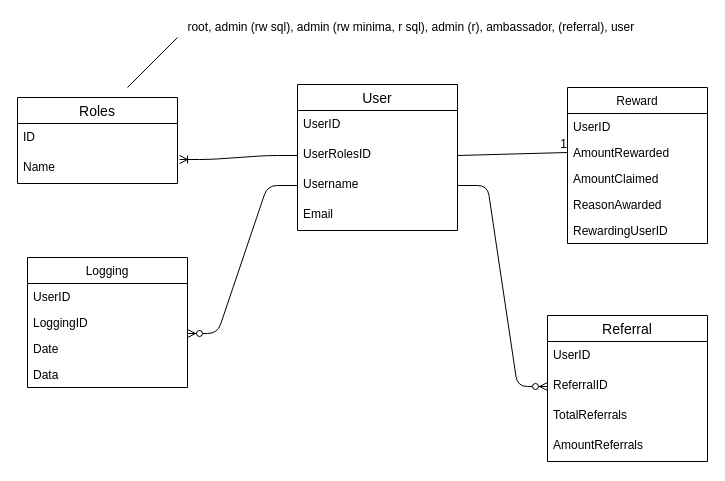
Before: docs/images/dbase.drawio in minima-global/incentivecash, a draw.io diagram. Source tidied: cells renumbered, new cells numbered last; positions are measured from the earlier drawing's top-left corner, leaving out a move shared by most shapes. Both pictures are drawn from the tidied source at 100%, with x=0, y=0 at pixel (17, 17).
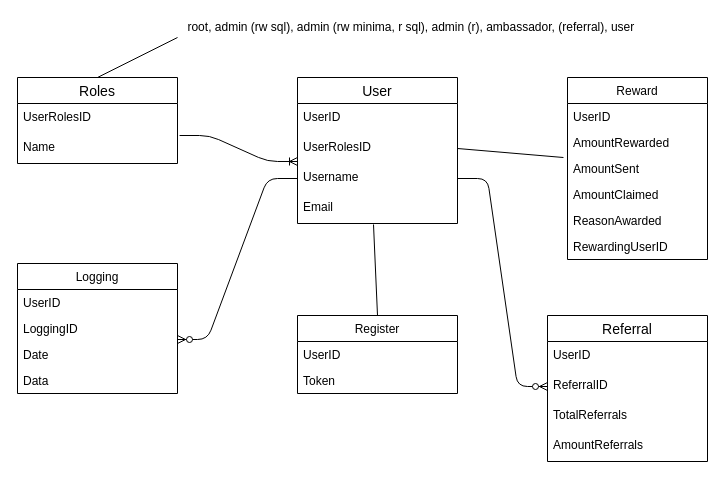
After the change.

Commit message (it also covers changes not shown here):
Updated database schema

The change refers to these unchanged cells:
```xml
<mxCell id="4" value="UserRolesID" style="text;strokeColor=none;fillColor=none;spacingLeft=4;spacingRight=4;overflow=hidden;points=[[0,0.5],[1,0.5]];portConstraint=eastwest;fontSize=12;" parent="2" vertex="1">
  <mxGeometry y="56" width="160" height="30" as="geometry" />
</mxCell>
<mxCell id="6" value="Email" style="text;strokeColor=none;fillColor=none;spacingLeft=4;spacingRight=4;overflow=hidden;points=[[0,0.5],[1,0.5]];portConstraint=eastwest;fontSize=12;" parent="2" vertex="1">
  <mxGeometry y="116" width="160" height="30" as="geometry" />
</mxCell>
<mxCell id="9" value="Name" style="text;strokeColor=none;fillColor=none;spacingLeft=4;spacingRight=4;overflow=hidden;points=[[0,0.5],[1,0.5]];portConstraint=eastwest;fontSize=12;" parent="7" vertex="1">
  <mxGeometry y="56" width="160" height="30" as="geometry" />
</mxCell>
<mxCell id="12" value="AmountRewarded" style="text;strokeColor=none;fillColor=none;align=left;verticalAlign=top;spacingLeft=4;spacingRight=4;overflow=hidden;points=[[0,0.5],[1,0.5]];portConstraint=eastwest;" parent="10" vertex="1">
  <mxGeometry y="52" width="140" height="26" as="geometry" />
</mxCell>
```

Diff of the diagram source:
```diff
@@
     <mxCell id="2" value="User" style="swimlane;fontStyle=0;horizontal=1;startSize=26;align=center;fontSize=14;" parent="1" vertex="1">
-      <mxGeometry x="280" y="67" width="160" height="146" as="geometry" />
+      <mxGeometry x="280" y="60" width="160" height="146" as="geometry" />
     </mxCell>
@@
     <mxCell id="7" value="Roles" style="swimlane;fontStyle=0;horizontal=1;startSize=26;align=center;fontSize=14;" parent="1" vertex="1">
-      <mxGeometry y="80" width="160" height="86" as="geometry" />
+      <mxGeometry y="60" width="160" height="86" as="geometry" />
     </mxCell>
-    <mxCell id="8" value="ID" style="text;strokeColor=none;fillColor=none;spacingLeft=4;spacingRight=4;overflow=hidden;fontSize=12;" parent="7" vertex="1">
+    <mxCell id="8" value="UserRolesID" style="text;strokeColor=none;fillColor=none;spacingLeft=4;spacingRight=4;overflow=hidden;fontSize=12;" parent="7" vertex="1">
       <mxGeometry y="26" width="160" height="30" as="geometry" />
     </mxCell>
@@
     <mxCell id="10" value="Reward" style="swimlane;fontStyle=0;horizontal=1;startSize=26;fillColor=none;" parent="1" vertex="1">
-      <mxGeometry x="550" y="70" width="140" height="156" as="geometry" />
+      <mxGeometry x="550" y="60" width="140" height="182" as="geometry" />
     </mxCell>
@@
+    <mxCell id="33" value="AmountSent" style="text;strokeColor=none;fillColor=none;align=left;verticalAlign=top;spacingLeft=4;spacingRight=4;overflow=hidden;points=[[0,0.5],[1,0.5]];portConstraint=eastwest;" parent="10" vertex="1">
+      <mxGeometry y="78" width="140" height="26" as="geometry" />
+    </mxCell>
     <mxCell id="13" value="AmountClaimed&#10;" style="text;strokeColor=none;fillColor=none;align=left;verticalAlign=top;spacingLeft=4;spacingRight=4;overflow=hidden;" parent="10" vertex="1">
-      <mxGeometry y="78" width="140" height="26" as="geometry" />
+      <mxGeometry y="104" width="140" height="26" as="geometry" />
     </mxCell>
     <mxCell id="14" value="ReasonAwarded" style="text;strokeColor=none;fillColor=none;align=left;verticalAlign=top;spacingLeft=4;spacingRight=4;overflow=hidden;" parent="10" vertex="1">
-      <mxGeometry y="104" width="140" height="26" as="geometry" />
+      <mxGeometry y="130" width="140" height="26" as="geometry" />
     </mxCell>
     <mxCell id="15" value="RewardingUserID" style="text;strokeColor=none;fillColor=none;align=left;verticalAlign=top;spacingLeft=4;spacingRight=4;overflow=hidden;" parent="10" vertex="1">
-      <mxGeometry y="130" width="140" height="26" as="geometry" />
+      <mxGeometry y="156" width="140" height="26" as="geometry" />
     </mxCell>
     <mxCell id="16" value="Logging" style="swimlane;fontStyle=0;horizontal=1;startSize=26;fillColor=none;" parent="1" vertex="1">
-      <mxGeometry x="10" y="240" width="160" height="130" as="geometry" />
+      <mxGeometry y="246" width="160" height="130" as="geometry" />
     </mxCell>
@@
-    <mxCell id="21" style="edgeStyle=entityRelationEdgeStyle;fontSize=12;html=1;endArrow=ERoneToMany;entryX=1.013;entryY=0.2;entryDx=0;entryDy=0;entryPerimeter=0;exitX=0;exitY=0.5;exitDx=0;exitDy=0;" parent="1" edge="1" source="4" target="9">
-      <mxGeometry relative="1" as="geometry" />
-    </mxCell>
@@
-    <mxCell id="23" style="endArrow=none;html=1;rounded=0;entryX=0;entryY=0.5;entryDx=0;entryDy=0;exitX=1;exitY=0.5;exitDx=0;exitDy=0;" parent="1" edge="1" source="4" target="12">
-      <mxGeometry relative="1" as="geometry" />
-    </mxCell>
-    <mxCell id="24" value="1" style="html=1;align=right;verticalAlign=bottom;" parent="23" vertex="1">
-      <mxGeometry x="1" relative="1" as="geometry" />
-    </mxCell>
@@
-    <mxCell id="32" style="endArrow=none;html=1;" parent="1" edge="1">
+    <mxCell id="32" style="endArrow=none;html=1;exitX=0.5;exitY=0;exitDx=0;exitDy=0;" parent="1" edge="1" source="7">
       <mxGeometry relative="1" as="geometry">
-        <mxPoint x="110" y="70" as="sourcePoint" />
         <mxPoint x="160" y="20" as="targetPoint" />
       </mxGeometry>
     </mxCell>
+    <mxCell id="21" style="edgeStyle=entityRelationEdgeStyle;fontSize=12;html=1;endArrow=ERoneToMany;entryX=0;entryY=0.933;entryDx=0;entryDy=0;entryPerimeter=0;exitX=1.013;exitY=0.067;exitDx=0;exitDy=0;exitPerimeter=0;" parent="1" edge="1" source="9" target="4">
+      <mxGeometry relative="1" as="geometry" />
+    </mxCell>
+    <mxCell id="34" value="Register" style="swimlane;fontStyle=0;horizontal=1;startSize=26;fillColor=none;" parent="1" vertex="1">
+      <mxGeometry x="280" y="298" width="160" height="78" as="geometry" />
+    </mxCell>
+    <mxCell id="35" value="UserID" style="text;strokeColor=none;fillColor=none;align=left;verticalAlign=top;spacingLeft=4;spacingRight=4;overflow=hidden;" parent="34" vertex="1">
+      <mxGeometry y="26" width="160" height="26" as="geometry" />
+    </mxCell>
+    <mxCell id="36" value="Token" style="text;strokeColor=none;fillColor=none;align=left;verticalAlign=top;spacingLeft=4;spacingRight=4;overflow=hidden;" parent="34" vertex="1">
+      <mxGeometry y="52" width="160" height="26" as="geometry" />
+    </mxCell>
+    <mxCell id="37" style="endArrow=none;html=1;rounded=0;entryX=-0.029;entryY=0.077;entryDx=0;entryDy=0;entryPerimeter=0;exitX=1;exitY=0.5;exitDx=0;exitDy=0;" parent="1" edge="1" source="4" target="33">
+      <mxGeometry relative="1" as="geometry" />
+    </mxCell>
+    <mxCell id="38" style="endArrow=none;html=1;rounded=0;exitX=0.5;exitY=0;exitDx=0;exitDy=0;entryX=0.475;entryY=1.033;entryDx=0;entryDy=0;entryPerimeter=0;" parent="1" edge="1" source="34" target="6">
+      <mxGeometry relative="1" as="geometry" />
+    </mxCell>
```
